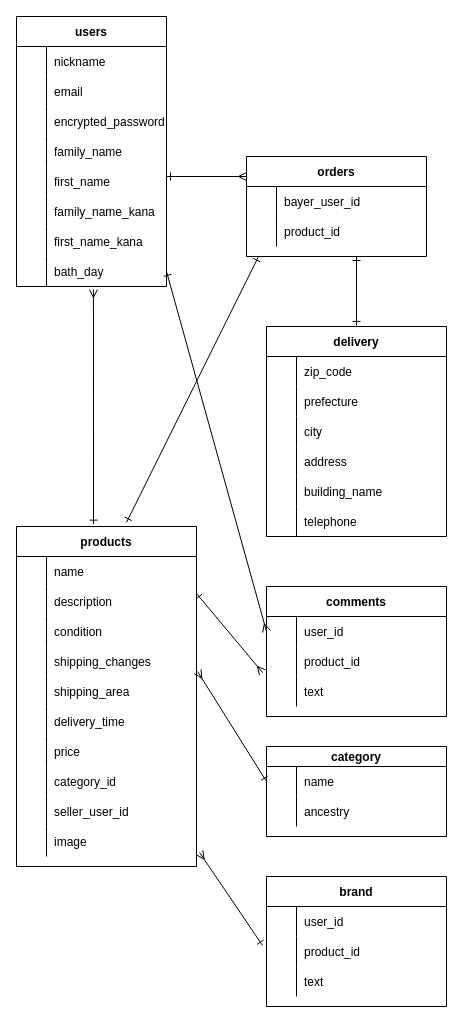
wakatakatakataka/furima-35079 keeps this draw.io diagram as furima.dio. Above is the earlier version. Source tidied: cells renumbered, new cells numbered last; positions are measured from the earlier drawing's top-left corner, leaving out a move shared by most shapes. Both pictures are drawn from the tidied source at 100%, with x=0, y=0 at pixel (16, 16).
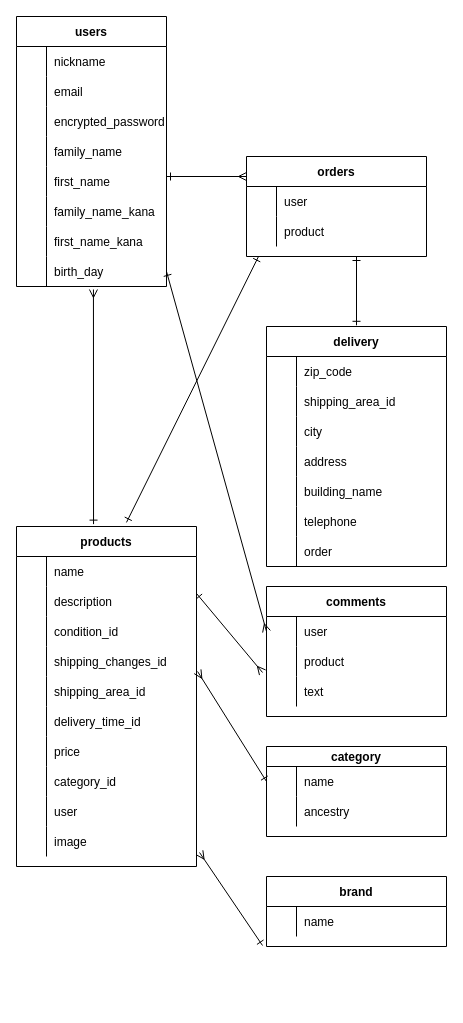
The same page after the edit.

Commit message (it also covers changes not shown here):
データベースの記述　修正４

Unchanged cells that the change refers to:
```xml
<mxCell id="24" style="shape=partialRectangle;fillColor=none;top=0;left=0;bottom=0;right=0;points=[[0,0.5],[1,0.5]];portConstraint=eastwest;" parent="2" vertex="1">
  <mxGeometry y="240" width="150" height="30" as="geometry" />
</mxCell>
<mxCell id="31" style="shape=partialRectangle;fillColor=none;top=0;left=0;bottom=0;right=0;" parent="27" vertex="1">
  <mxGeometry y="60" width="180" height="30" as="geometry" />
</mxCell>
<mxCell id="47" style="shape=partialRectangle;fillColor=none;top=0;left=0;bottom=0;right=0;points=[[0,0.5],[1,0.5]];portConstraint=eastwest;" parent="46" vertex="1">
  <mxGeometry y="30" width="180" height="30" as="geometry" />
</mxCell>
<mxCell id="50" style="shape=partialRectangle;fillColor=none;top=0;left=0;bottom=0;right=0;points=[[0,0.5],[1,0.5]];portConstraint=eastwest;" parent="46" vertex="1">
  <mxGeometry y="60" width="180" height="30" as="geometry" />
</mxCell>
<mxCell id="63" style="shape=partialRectangle;fillColor=none;top=0;left=0;bottom=0;right=0;" parent="56" vertex="1">
  <mxGeometry y="90" width="180" height="30" as="geometry" />
</mxCell>
<mxCell id="66" style="shape=partialRectangle;fillColor=none;top=0;left=0;bottom=0;right=0;" parent="56" vertex="1">
  <mxGeometry y="120" width="180" height="30" as="geometry" />
</mxCell>
<mxCell id="69" style="shape=partialRectangle;fillColor=none;top=0;left=0;bottom=0;right=0;points=[[0,0.5],[1,0.5]];portConstraint=eastwest;" parent="56" vertex="1">
  <mxGeometry y="150" width="180" height="30" as="geometry" />
</mxCell>
<mxCell id="72" style="shape=partialRectangle;fillColor=none;top=0;left=0;bottom=0;right=0;" parent="56" vertex="1">
  <mxGeometry y="180" width="180" height="30" as="geometry" />
</mxCell>
<mxCell id="81" style="shape=partialRectangle;fillColor=none;top=0;left=0;bottom=0;right=0;" parent="56" vertex="1">
  <mxGeometry y="270" width="180" height="30" as="geometry" />
</mxCell>
<mxCell id="84" style="shape=partialRectangle;fillColor=none;top=0;left=0;bottom=0;right=0;points=[[0,0.5],[1,0.5]];portConstraint=eastwest;" parent="56" vertex="1">
  <mxGeometry y="300" width="180" height="30" as="geometry" />
</mxCell>
<mxCell id="99" style="shape=partialRectangle;fillColor=none;top=0;left=0;bottom=0;right=0;" parent="98" vertex="1">
  <mxGeometry y="30" width="180" height="30" as="geometry" />
</mxCell>
<mxCell id="110" style="shape=partialRectangle;fillColor=none;top=0;left=0;bottom=0;right=0;" parent="109" vertex="1">
  <mxGeometry y="30" width="180" height="30" as="geometry" />
</mxCell>
<mxCell id="113" style="shape=partialRectangle;fillColor=none;top=0;left=0;bottom=0;right=0;" parent="109" vertex="1">
  <mxGeometry y="60" width="180" height="30" as="geometry" />
</mxCell>
```

Diff of the diagram source:
```diff
@@
-    <mxCell id="26" value="bath_day" style="shape=partialRectangle;fillColor=none;top=0;left=0;bottom=0;right=0;align=left;spacingLeft=6;overflow=hidden;" parent="24" vertex="1">
+    <mxCell id="26" value="birth_day" style="shape=partialRectangle;fillColor=none;top=0;left=0;bottom=0;right=0;align=left;spacingLeft=6;overflow=hidden;" parent="24" vertex="1">
       <mxGeometry x="30" width="120" height="30" as="geometry" />
     </mxCell>
     <mxCell id="27" value="delivery" style="shape=table;startSize=30;childLayout=tableLayout;rowLines=0;fontStyle=1;align=center;" parent="1" vertex="1">
-      <mxGeometry x="250" y="310" width="180" height="210" as="geometry" />
+      <mxGeometry x="250" y="310" width="180" height="240" as="geometry" />
     </mxCell>
@@
-    <mxCell id="33" value="prefecture" style="shape=partialRectangle;fillColor=none;top=0;left=0;bottom=0;right=0;align=left;spacingLeft=6;overflow=hidden;" parent="31" vertex="1">
+    <mxCell id="33" value="shipping_area_id" style="shape=partialRectangle;fillColor=none;top=0;left=0;bottom=0;right=0;align=left;spacingLeft=6;overflow=hidden;" parent="31" vertex="1">
       <mxGeometry x="30" width="150" height="30" as="geometry" />
     </mxCell>
@@
+    <mxCell id="119" style="shape=partialRectangle;fillColor=none;top=0;left=0;bottom=0;right=0;" parent="27" vertex="1">
+      <mxGeometry y="210" width="180" height="30" as="geometry" />
+    </mxCell>
+    <mxCell id="120" style="shape=partialRectangle;fillColor=none;top=0;left=0;bottom=0;right=0;overflow=hidden;" parent="119" vertex="1">
+      <mxGeometry width="30" height="30" as="geometry" />
+    </mxCell>
+    <mxCell id="121" value="order" style="shape=partialRectangle;fillColor=none;top=0;left=0;bottom=0;right=0;align=left;spacingLeft=6;overflow=hidden;" parent="119" vertex="1">
+      <mxGeometry x="30" width="150" height="30" as="geometry" />
+    </mxCell>
@@
-    <mxCell id="49" value="user_id" style="shape=partialRectangle;fillColor=none;top=0;left=0;bottom=0;right=0;align=left;spacingLeft=6;overflow=hidden;" parent="47" vertex="1">
+    <mxCell id="49" value="user" style="shape=partialRectangle;fillColor=none;top=0;left=0;bottom=0;right=0;align=left;spacingLeft=6;overflow=hidden;" parent="47" vertex="1">
       <mxGeometry x="30" width="150" height="30" as="geometry" />
     </mxCell>
@@
-    <mxCell id="52" value="product_id" style="shape=partialRectangle;fillColor=none;top=0;left=0;bottom=0;right=0;align=left;spacingLeft=6;overflow=hidden;" parent="50" vertex="1">
+    <mxCell id="52" value="product" style="shape=partialRectangle;fillColor=none;top=0;left=0;bottom=0;right=0;align=left;spacingLeft=6;overflow=hidden;" parent="50" vertex="1">
       <mxGeometry x="30" width="150" height="30" as="geometry" />
     </mxCell>
@@
-    <mxCell id="65" value="condition" style="shape=partialRectangle;fillColor=none;top=0;left=0;bottom=0;right=0;align=left;spacingLeft=6;overflow=hidden;" parent="63" vertex="1">
+    <mxCell id="65" value="condition_id" style="shape=partialRectangle;fillColor=none;top=0;left=0;bottom=0;right=0;align=left;spacingLeft=6;overflow=hidden;" parent="63" vertex="1">
       <mxGeometry x="30" width="150" height="30" as="geometry" />
     </mxCell>
@@
-    <mxCell id="68" value="shipping_changes" style="shape=partialRectangle;fillColor=none;top=0;left=0;bottom=0;right=0;align=left;spacingLeft=6;overflow=hidden;" parent="66" vertex="1">
+    <mxCell id="68" value="shipping_changes_id" style="shape=partialRectangle;fillColor=none;top=0;left=0;bottom=0;right=0;align=left;spacingLeft=6;overflow=hidden;" parent="66" vertex="1">
       <mxGeometry x="30" width="150" height="30" as="geometry" />
     </mxCell>
@@
-    <mxCell id="71" value="shipping_area" style="shape=partialRectangle;fillColor=none;top=0;left=0;bottom=0;right=0;align=left;spacingLeft=6;overflow=hidden;" parent="69" vertex="1">
+    <mxCell id="71" value="shipping_area_id" style="shape=partialRectangle;fillColor=none;top=0;left=0;bottom=0;right=0;align=left;spacingLeft=6;overflow=hidden;" parent="69" vertex="1">
       <mxGeometry x="30" width="150" height="30" as="geometry" />
     </mxCell>
@@
-    <mxCell id="74" value="delivery_time" style="shape=partialRectangle;fillColor=none;top=0;left=0;bottom=0;right=0;align=left;spacingLeft=6;overflow=hidden;" parent="72" vertex="1">
+    <mxCell id="74" value="delivery_time_id" style="shape=partialRectangle;fillColor=none;top=0;left=0;bottom=0;right=0;align=left;spacingLeft=6;overflow=hidden;" parent="72" vertex="1">
       <mxGeometry x="30" width="150" height="30" as="geometry" />
     </mxCell>
@@
-    <mxCell id="83" value="seller_user_id" style="shape=partialRectangle;fillColor=none;top=0;left=0;bottom=0;right=0;align=left;spacingLeft=6;overflow=hidden;" parent="81" vertex="1">
+    <mxCell id="83" value="user" style="shape=partialRectangle;fillColor=none;top=0;left=0;bottom=0;right=0;align=left;spacingLeft=6;overflow=hidden;" parent="81" vertex="1">
       <mxGeometry x="30" width="150" height="30" as="geometry" />
     </mxCell>
@@
     <mxCell id="98" value="brand" style="shape=table;startSize=30;childLayout=tableLayout;rowLines=0;fontStyle=1;align=center;" parent="1" vertex="1">
-      <mxGeometry x="250" y="860" width="180" height="130" as="geometry" />
+      <mxGeometry x="250" y="860" width="180" height="70" as="geometry" />
     </mxCell>
@@
-    <mxCell id="101" value="user_id" style="shape=partialRectangle;fillColor=none;top=0;left=0;bottom=0;right=0;align=left;spacingLeft=6;overflow=hidden;" parent="99" vertex="1">
+    <mxCell id="101" value="name" style="shape=partialRectangle;fillColor=none;top=0;left=0;bottom=0;right=0;align=left;spacingLeft=6;overflow=hidden;" parent="99" vertex="1">
       <mxGeometry x="30" width="150" height="30" as="geometry" />
     </mxCell>
-    <mxCell id="102" style="shape=partialRectangle;fillColor=none;top=0;left=0;bottom=0;right=0;points=[[0,0.5],[1,0.5]];portConstraint=eastwest;" parent="98" vertex="1">
-      <mxGeometry y="60" width="180" height="30" as="geometry" />
-    </mxCell>
-    <mxCell id="103" style="shape=partialRectangle;fillColor=none;top=0;left=0;bottom=0;right=0;overflow=hidden;" parent="102" vertex="1">
-      <mxGeometry width="30" height="30" as="geometry" />
-    </mxCell>
-    <mxCell id="104" value="product_id" style="shape=partialRectangle;fillColor=none;top=0;left=0;bottom=0;right=0;align=left;spacingLeft=6;overflow=hidden;" parent="102" vertex="1">
-      <mxGeometry x="30" width="150" height="30" as="geometry" />
-    </mxCell>
-    <mxCell id="105" style="shape=partialRectangle;fillColor=none;top=0;left=0;bottom=0;right=0;" parent="98" vertex="1">
-      <mxGeometry y="90" width="180" height="30" as="geometry" />
-    </mxCell>
-    <mxCell id="106" style="shape=partialRectangle;fillColor=none;top=0;left=0;bottom=0;right=0;overflow=hidden;" parent="105" vertex="1">
-      <mxGeometry width="30" height="30" as="geometry" />
-    </mxCell>
-    <mxCell id="107" value="text" style="shape=partialRectangle;fillColor=none;top=0;left=0;bottom=0;right=0;align=left;spacingLeft=6;overflow=hidden;" parent="105" vertex="1">
-      <mxGeometry x="30" width="150" height="30" as="geometry" />
-    </mxCell>
-    <mxCell id="108" style="endArrow=ERone;html=1;rounded=0;startArrow=ERmany;startFill=0;endFill=0;exitX=1.017;exitY=0.867;exitDx=0;exitDy=0;exitPerimeter=0;entryX=-0.022;entryY=0.3;entryDx=0;entryDy=0;entryPerimeter=0;" parent="1" edge="1" source="84" target="102">
-      <mxGeometry relative="1" as="geometry" />
+    <mxCell id="108" style="endArrow=ERone;html=1;rounded=0;startArrow=ERmany;startFill=0;endFill=0;exitX=1.017;exitY=0.867;exitDx=0;exitDy=0;exitPerimeter=0;entryX=-0.022;entryY=0.3;entryDx=0;entryDy=0;entryPerimeter=0;" parent="1" edge="1" source="84">
+      <mxGeometry relative="1" as="geometry">
+        <mxPoint x="246" y="929" as="targetPoint" />
+      </mxGeometry>
     </mxCell>
@@
-    <mxCell id="112" value="bayer_user_id" style="shape=partialRectangle;fillColor=none;top=0;left=0;bottom=0;right=0;align=left;spacingLeft=6;overflow=hidden;" parent="110" vertex="1">
+    <mxCell id="112" value="user" style="shape=partialRectangle;fillColor=none;top=0;left=0;bottom=0;right=0;align=left;spacingLeft=6;overflow=hidden;" parent="110" vertex="1">
       <mxGeometry x="30" width="150" height="30" as="geometry" />
     </mxCell>
@@
-    <mxCell id="115" value="product_id" style="shape=partialRectangle;fillColor=none;top=0;left=0;bottom=0;right=0;align=left;spacingLeft=6;overflow=hidden;" parent="113" vertex="1">
+    <mxCell id="115" value="product" style="shape=partialRectangle;fillColor=none;top=0;left=0;bottom=0;right=0;align=left;spacingLeft=6;overflow=hidden;" parent="113" vertex="1">
       <mxGeometry x="30" width="150" height="30" as="geometry" />
     </mxCell>
```
